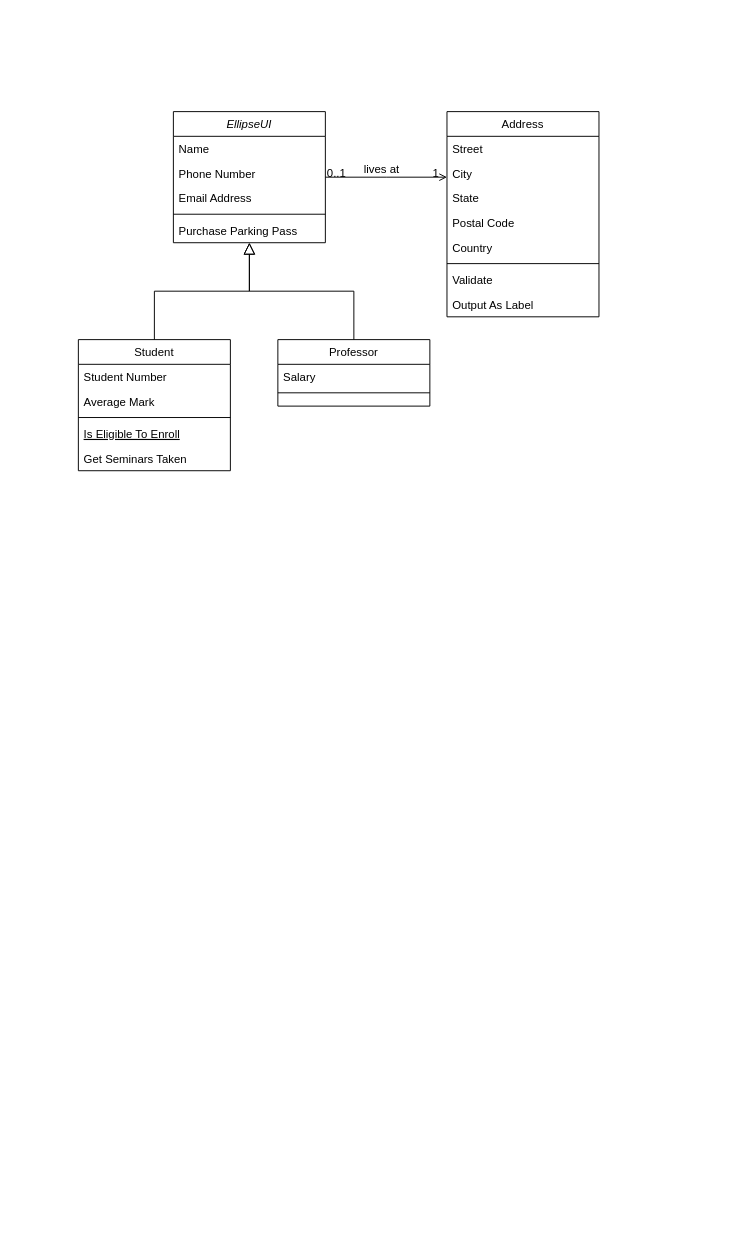
This is IGLOO_Diagram.drawio from shoutizix/DiagramIGLOO, a draw.io file, before an edit. Source tidied: cells renumbered, new cells numbered last; positions are measured from the earlier drawing's top-left corner, leaving out a move shared by most shapes. Both pictures are drawn from the tidied source at 95%, with x=0, y=0 at pixel (78, 111).
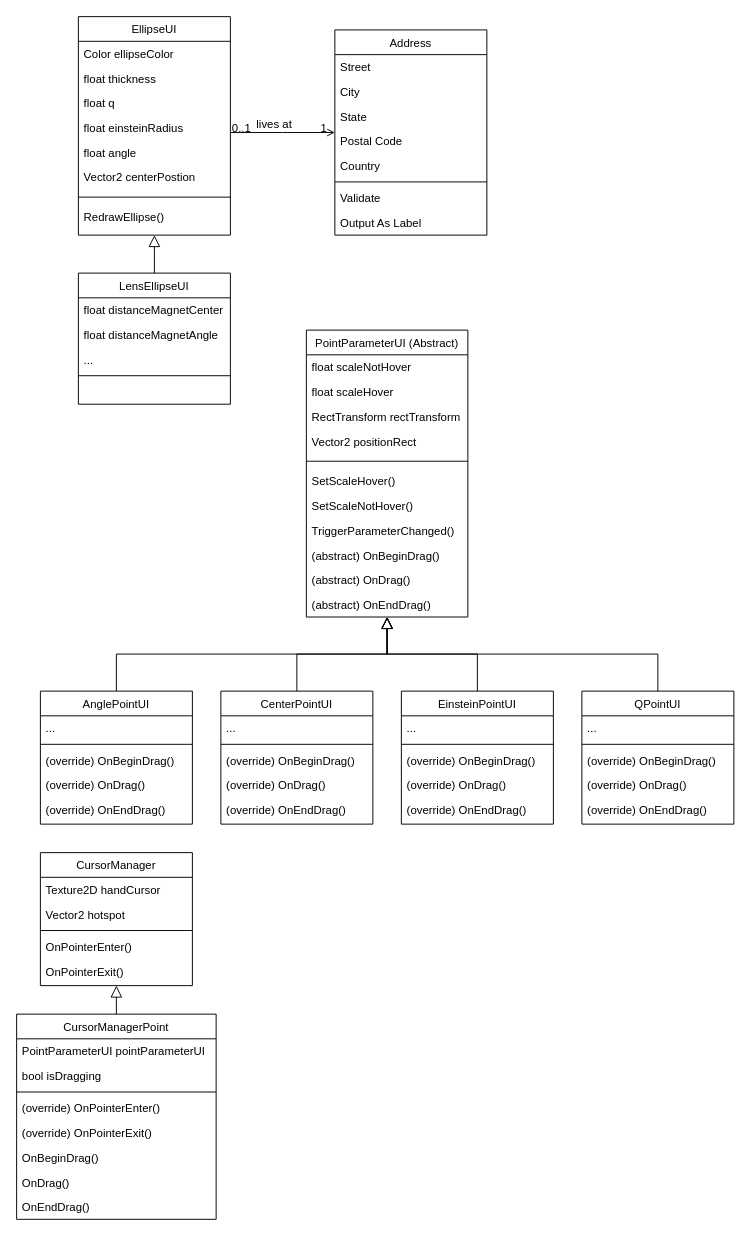
Above is the later version.

Commit message:
Mettre à jour IGLOO_Diagram.drawio

Change to the diagram source:
```diff
@@
-    <mxCell id="2" value="EllipseUI" style="swimlane;fontStyle=2;align=center;verticalAlign=top;horizontal=1;startSize=26;rounded=0;shadow=0;strokeWidth=1;" parent="1" vertex="1">
-      <mxGeometry x="100" width="160" height="138" as="geometry" />
+    <mxCell id="2" value="EllipseUI" style="swimlane;fontStyle=0;align=center;verticalAlign=top;horizontal=1;startSize=26;rounded=0;shadow=0;strokeWidth=1;" parent="1" vertex="1">
+      <mxGeometry y="-100" width="160" height="230" as="geometry" />
     </mxCell>
-    <mxCell id="3" value="Name" style="text;align=left;verticalAlign=top;spacingLeft=4;spacingRight=4;overflow=hidden;" parent="2" vertex="1">
+    <mxCell id="3" value="Color ellipseColor" style="text;align=left;verticalAlign=top;spacingLeft=4;spacingRight=4;overflow=hidden;" parent="2" vertex="1">
       <mxGeometry y="26" width="160" height="26" as="geometry" />
     </mxCell>
-    <mxCell id="4" value="Phone Number" style="text;align=left;verticalAlign=top;spacingLeft=4;spacingRight=4;overflow=hidden;rounded=0;shadow=0;html=0;" parent="2" vertex="1">
+    <mxCell id="4" value="float thickness" style="text;align=left;verticalAlign=top;spacingLeft=4;spacingRight=4;overflow=hidden;rounded=0;shadow=0;html=0;" parent="2" vertex="1">
       <mxGeometry y="52" width="160" height="26" as="geometry" />
     </mxCell>
-    <mxCell id="5" value="Email Address" style="text;align=left;verticalAlign=top;spacingLeft=4;spacingRight=4;overflow=hidden;rounded=0;shadow=0;html=0;" parent="2" vertex="1">
+    <mxCell id="5" value="float q" style="text;align=left;verticalAlign=top;spacingLeft=4;spacingRight=4;overflow=hidden;rounded=0;shadow=0;html=0;" parent="2" vertex="1">
       <mxGeometry y="78" width="160" height="26" as="geometry" />
     </mxCell>
+    <mxCell id="32" value="float einsteinRadius" style="text;align=left;verticalAlign=top;spacingLeft=4;spacingRight=4;overflow=hidden;rounded=0;shadow=0;html=0;" parent="2" vertex="1">
+      <mxGeometry y="104" width="160" height="26" as="geometry" />
+    </mxCell>
+    <mxCell id="33" value="float angle" style="text;align=left;verticalAlign=top;spacingLeft=4;spacingRight=4;overflow=hidden;rounded=0;shadow=0;html=0;" parent="2" vertex="1">
+      <mxGeometry y="130" width="160" height="26" as="geometry" />
+    </mxCell>
+    <mxCell id="34" value="Vector2 centerPostion" style="text;align=left;verticalAlign=top;spacingLeft=4;spacingRight=4;overflow=hidden;rounded=0;shadow=0;html=0;" parent="2" vertex="1">
+      <mxGeometry y="156" width="160" height="26" as="geometry" />
+    </mxCell>
     <mxCell id="6" style="line;html=1;strokeWidth=1;align=left;verticalAlign=middle;spacingTop=-1;spacingLeft=3;spacingRight=3;labelPosition=right;" parent="2" vertex="1">
-      <mxGeometry y="104" width="160" height="8" as="geometry" />
+      <mxGeometry y="182" width="160" height="16" as="geometry" />
     </mxCell>
-    <mxCell id="7" value="Purchase Parking Pass" style="text;align=left;verticalAlign=top;spacingLeft=4;spacingRight=4;overflow=hidden;" parent="2" vertex="1">
-      <mxGeometry y="112" width="160" height="26" as="geometry" />
+    <mxCell id="7" value="RedrawEllipse()" style="text;align=left;verticalAlign=top;spacingLeft=4;spacingRight=4;overflow=hidden;" parent="2" vertex="1">
+      <mxGeometry y="198" width="160" height="26" as="geometry" />
     </mxCell>
-    <mxCell id="8" value="Student" style="swimlane;fontStyle=0;align=center;verticalAlign=top;horizontal=1;startSize=26;rounded=0;shadow=0;strokeWidth=1;" parent="1" vertex="1">
-      <mxGeometry y="240" width="160" height="138" as="geometry" />
+    <mxCell id="8" value="LensEllipseUI" style="swimlane;fontStyle=0;align=center;verticalAlign=top;horizontal=1;startSize=26;rounded=0;shadow=0;strokeWidth=1;" parent="1" vertex="1">
+      <mxGeometry y="170" width="160" height="138" as="geometry" />
     </mxCell>
-    <mxCell id="9" value="Student Number" style="text;align=left;verticalAlign=top;spacingLeft=4;spacingRight=4;overflow=hidden;" parent="8" vertex="1">
+    <mxCell id="9" value="float distanceMagnetCenter" style="text;align=left;verticalAlign=top;spacingLeft=4;spacingRight=4;overflow=hidden;" parent="8" vertex="1">
       <mxGeometry y="26" width="160" height="26" as="geometry" />
     </mxCell>
-    <mxCell id="10" value="Average Mark" style="text;align=left;verticalAlign=top;spacingLeft=4;spacingRight=4;overflow=hidden;rounded=0;shadow=0;html=0;" parent="8" vertex="1">
-      <mxGeometry y="52" width="160" height="26" as="geometry" />
-    </mxCell>
+    <mxCell id="35" value="float distanceMagnetAngle" style="text;align=left;verticalAlign=top;spacingLeft=4;spacingRight=4;overflow=hidden;" parent="8" vertex="1">
+      <mxGeometry y="52" width="160" height="26" as="geometry" />
+    </mxCell>
+    <mxCell id="36" value="..." style="text;align=left;verticalAlign=top;spacingLeft=4;spacingRight=4;overflow=hidden;" parent="8" vertex="1">
+      <mxGeometry y="78" width="160" height="26" as="geometry" />
+    </mxCell>
     <mxCell id="11" style="line;html=1;strokeWidth=1;align=left;verticalAlign=middle;spacingTop=-1;spacingLeft=3;spacingRight=3;labelPosition=right;" parent="8" vertex="1">
-      <mxGeometry y="78" width="160" height="8" as="geometry" />
+      <mxGeometry y="104" width="160" height="8" as="geometry" />
     </mxCell>
-    <mxCell id="12" value="Is Eligible To Enroll" style="text;align=left;verticalAlign=top;spacingLeft=4;spacingRight=4;overflow=hidden;fontStyle=4;" parent="8" vertex="1">
-      <mxGeometry y="86" width="160" height="26" as="geometry" />
-    </mxCell>
-    <mxCell id="13" value="Get Seminars Taken" style="text;align=left;verticalAlign=top;spacingLeft=4;spacingRight=4;overflow=hidden;" parent="8" vertex="1">
-      <mxGeometry y="112" width="160" height="26" as="geometry" />
-    </mxCell>
@@
-    <mxCell id="15" value="Professor" style="swimlane;fontStyle=0;align=center;verticalAlign=top;horizontal=1;startSize=26;rounded=0;shadow=0;strokeWidth=1;" parent="1" vertex="1">
-      <mxGeometry x="210" y="240" width="160" height="70" as="geometry" />
-    </mxCell>
-    <mxCell id="16" value="Salary" style="text;align=left;verticalAlign=top;spacingLeft=4;spacingRight=4;overflow=hidden;" parent="15" vertex="1">
-      <mxGeometry y="26" width="160" height="26" as="geometry" />
-    </mxCell>
-    <mxCell id="17" style="line;html=1;strokeWidth=1;align=left;verticalAlign=middle;spacingTop=-1;spacingLeft=3;spacingRight=3;labelPosition=right;" parent="15" vertex="1">
-      <mxGeometry y="52" width="160" height="8" as="geometry" />
-    </mxCell>
-    <mxCell id="18" style="endArrow=block;endSize=10;endFill=0;shadow=0;strokeWidth=1;rounded=0;edgeStyle=elbowEdgeStyle;elbow=vertical;" parent="1" edge="1" source="15" target="2">
-      <mxGeometry relative="1" as="geometry" />
-    </mxCell>
     <mxCell id="19" value="Address" style="swimlane;fontStyle=0;align=center;verticalAlign=top;horizontal=1;startSize=26;rounded=0;shadow=0;strokeWidth=1;" parent="1" vertex="1">
-      <mxGeometry x="388" width="160" height="216" as="geometry" />
+      <mxGeometry x="270" y="-86" width="160" height="216" as="geometry" />
     </mxCell>
@@
+    <mxCell id="37" value="PointParameterUI (Abstract)" style="swimlane;fontStyle=0;align=center;verticalAlign=top;horizontal=1;startSize=26;rounded=0;shadow=0;strokeWidth=1;" parent="1" vertex="1">
+      <mxGeometry x="240" y="230" width="170" height="302" as="geometry" />
+    </mxCell>
+    <mxCell id="38" value="float scaleNotHover" style="text;align=left;verticalAlign=top;spacingLeft=4;spacingRight=4;overflow=hidden;" parent="37" vertex="1">
+      <mxGeometry y="26" width="170" height="26" as="geometry" />
+    </mxCell>
+    <mxCell id="39" value="float scaleHover" style="text;align=left;verticalAlign=top;spacingLeft=4;spacingRight=4;overflow=hidden;rounded=0;shadow=0;html=0;" parent="37" vertex="1">
+      <mxGeometry y="52" width="170" height="26" as="geometry" />
+    </mxCell>
+    <mxCell id="40" value="RectTransform rectTransform" style="text;align=left;verticalAlign=top;spacingLeft=4;spacingRight=4;overflow=hidden;rounded=0;shadow=0;html=0;" parent="37" vertex="1">
+      <mxGeometry y="78" width="170" height="26" as="geometry" />
+    </mxCell>
+    <mxCell id="41" value="Vector2 positionRect" style="text;align=left;verticalAlign=top;spacingLeft=4;spacingRight=4;overflow=hidden;rounded=0;shadow=0;html=0;" parent="37" vertex="1">
+      <mxGeometry y="104" width="170" height="26" as="geometry" />
+    </mxCell>
+    <mxCell id="42" style="line;html=1;strokeWidth=1;align=left;verticalAlign=middle;spacingTop=-1;spacingLeft=3;spacingRight=3;labelPosition=right;" parent="37" vertex="1">
+      <mxGeometry y="130" width="170" height="16" as="geometry" />
+    </mxCell>
+    <mxCell id="43" value="SetScaleHover()" style="text;align=left;verticalAlign=top;spacingLeft=4;spacingRight=4;overflow=hidden;" parent="37" vertex="1">
+      <mxGeometry y="146" width="170" height="26" as="geometry" />
+    </mxCell>
+    <mxCell id="44" value="SetScaleNotHover()" style="text;align=left;verticalAlign=top;spacingLeft=4;spacingRight=4;overflow=hidden;" parent="37" vertex="1">
+      <mxGeometry y="172" width="170" height="26" as="geometry" />
+    </mxCell>
+    <mxCell id="45" value="TriggerParameterChanged()" style="text;align=left;verticalAlign=top;spacingLeft=4;spacingRight=4;overflow=hidden;" parent="37" vertex="1">
+      <mxGeometry y="198" width="170" height="26" as="geometry" />
+    </mxCell>
+    <mxCell id="46" value="(abstract) OnBeginDrag()" style="text;align=left;verticalAlign=top;spacingLeft=4;spacingRight=4;overflow=hidden;fontStyle=0;" parent="37" vertex="1">
+      <mxGeometry y="224" width="170" height="26" as="geometry" />
+    </mxCell>
+    <mxCell id="47" value="(abstract) OnDrag()" style="text;align=left;verticalAlign=top;spacingLeft=4;spacingRight=4;overflow=hidden;" parent="37" vertex="1">
+      <mxGeometry y="250" width="170" height="26" as="geometry" />
+    </mxCell>
+    <mxCell id="48" value="(abstract) OnEndDrag()" style="text;align=left;verticalAlign=top;spacingLeft=4;spacingRight=4;overflow=hidden;" parent="37" vertex="1">
+      <mxGeometry y="276" width="170" height="26" as="geometry" />
+    </mxCell>
+    <mxCell id="49" style="edgeStyle=elbowEdgeStyle;rounded=0;jettySize=auto;html=1;endArrow=block;endFill=0;elbow=vertical;endSize=10;" parent="1" edge="1" source="50" target="37">
+      <mxGeometry relative="1" as="geometry" />
+    </mxCell>
+    <mxCell id="50" value="AnglePointUI" style="swimlane;fontStyle=0;align=center;verticalAlign=top;horizontal=1;startSize=26;rounded=0;shadow=0;strokeWidth=1;" parent="1" vertex="1">
+      <mxGeometry x="-40" y="610" width="160" height="140" as="geometry" />
+    </mxCell>
+    <mxCell id="51" value="..." style="text;align=left;verticalAlign=top;spacingLeft=4;spacingRight=4;overflow=hidden;" parent="50" vertex="1">
+      <mxGeometry y="26" width="160" height="26" as="geometry" />
+    </mxCell>
+    <mxCell id="52" style="line;html=1;strokeWidth=1;align=left;verticalAlign=middle;spacingTop=-1;spacingLeft=3;spacingRight=3;labelPosition=right;" parent="50" vertex="1">
+      <mxGeometry y="52" width="160" height="8" as="geometry" />
+    </mxCell>
+    <mxCell id="53" value="(override) OnBeginDrag()" style="text;align=left;verticalAlign=top;spacingLeft=4;spacingRight=4;overflow=hidden;" parent="50" vertex="1">
+      <mxGeometry y="60" width="160" height="26" as="geometry" />
+    </mxCell>
+    <mxCell id="54" value="(override) OnDrag()" style="text;align=left;verticalAlign=top;spacingLeft=4;spacingRight=4;overflow=hidden;" parent="50" vertex="1">
+      <mxGeometry y="86" width="160" height="26" as="geometry" />
+    </mxCell>
+    <mxCell id="55" value="(override) OnEndDrag()" style="text;align=left;verticalAlign=top;spacingLeft=4;spacingRight=4;overflow=hidden;" parent="50" vertex="1">
+      <mxGeometry y="112" width="160" height="26" as="geometry" />
+    </mxCell>
+    <mxCell id="56" value="CenterPointUI" style="swimlane;fontStyle=0;align=center;verticalAlign=top;horizontal=1;startSize=26;rounded=0;shadow=0;strokeWidth=1;" parent="1" vertex="1">
+      <mxGeometry x="150" y="610" width="160" height="140" as="geometry" />
+    </mxCell>
+    <mxCell id="57" value="..." style="text;align=left;verticalAlign=top;spacingLeft=4;spacingRight=4;overflow=hidden;" parent="56" vertex="1">
+      <mxGeometry y="26" width="160" height="26" as="geometry" />
+    </mxCell>
+    <mxCell id="58" style="line;html=1;strokeWidth=1;align=left;verticalAlign=middle;spacingTop=-1;spacingLeft=3;spacingRight=3;labelPosition=right;" parent="56" vertex="1">
+      <mxGeometry y="52" width="160" height="8" as="geometry" />
+    </mxCell>
+    <mxCell id="59" value="(override) OnBeginDrag()" style="text;align=left;verticalAlign=top;spacingLeft=4;spacingRight=4;overflow=hidden;" parent="56" vertex="1">
+      <mxGeometry y="60" width="160" height="26" as="geometry" />
+    </mxCell>
+    <mxCell id="60" value="(override) OnDrag()" style="text;align=left;verticalAlign=top;spacingLeft=4;spacingRight=4;overflow=hidden;" parent="56" vertex="1">
+      <mxGeometry y="86" width="160" height="26" as="geometry" />
+    </mxCell>
+    <mxCell id="61" value="(override) OnEndDrag()" style="text;align=left;verticalAlign=top;spacingLeft=4;spacingRight=4;overflow=hidden;" parent="56" vertex="1">
+      <mxGeometry y="112" width="160" height="26" as="geometry" />
+    </mxCell>
+    <mxCell id="62" value="EinsteinPointUI" style="swimlane;fontStyle=0;align=center;verticalAlign=top;horizontal=1;startSize=26;rounded=0;shadow=0;strokeWidth=1;" parent="1" vertex="1">
+      <mxGeometry x="340" y="610" width="160" height="140" as="geometry" />
+    </mxCell>
+    <mxCell id="63" value="..." style="text;align=left;verticalAlign=top;spacingLeft=4;spacingRight=4;overflow=hidden;" parent="62" vertex="1">
+      <mxGeometry y="26" width="160" height="26" as="geometry" />
+    </mxCell>
+    <mxCell id="64" style="line;html=1;strokeWidth=1;align=left;verticalAlign=middle;spacingTop=-1;spacingLeft=3;spacingRight=3;labelPosition=right;" parent="62" vertex="1">
+      <mxGeometry y="52" width="160" height="8" as="geometry" />
+    </mxCell>
+    <mxCell id="65" value="(override) OnBeginDrag()" style="text;align=left;verticalAlign=top;spacingLeft=4;spacingRight=4;overflow=hidden;" parent="62" vertex="1">
+      <mxGeometry y="60" width="160" height="26" as="geometry" />
+    </mxCell>
+    <mxCell id="66" value="(override) OnDrag()" style="text;align=left;verticalAlign=top;spacingLeft=4;spacingRight=4;overflow=hidden;" parent="62" vertex="1">
+      <mxGeometry y="86" width="160" height="26" as="geometry" />
+    </mxCell>
+    <mxCell id="67" value="(override) OnEndDrag()" style="text;align=left;verticalAlign=top;spacingLeft=4;spacingRight=4;overflow=hidden;" parent="62" vertex="1">
+      <mxGeometry y="112" width="160" height="26" as="geometry" />
+    </mxCell>
+    <mxCell id="68" style="edgeStyle=elbowEdgeStyle;rounded=0;jettySize=auto;html=1;endArrow=block;endFill=0;elbow=vertical;endSize=10;exitX=0.5;exitY=0;exitDx=0;exitDy=0;" parent="1" edge="1" source="56" target="37">
+      <mxGeometry relative="1" as="geometry" />
+    </mxCell>
+    <mxCell id="69" style="edgeStyle=elbowEdgeStyle;rounded=0;jettySize=auto;html=1;endArrow=block;endFill=0;elbow=vertical;endSize=10;exitX=0.5;exitY=0;exitDx=0;exitDy=0;" parent="1" edge="1" source="62" target="37">
+      <mxGeometry relative="1" as="geometry" />
+    </mxCell>
+    <mxCell id="70" value="QPointUI" style="swimlane;fontStyle=0;align=center;verticalAlign=top;horizontal=1;startSize=26;rounded=0;shadow=0;strokeWidth=1;" parent="1" vertex="1">
+      <mxGeometry x="530" y="610" width="160" height="140" as="geometry" />
+    </mxCell>
+    <mxCell id="71" value="..." style="text;align=left;verticalAlign=top;spacingLeft=4;spacingRight=4;overflow=hidden;" parent="70" vertex="1">
+      <mxGeometry y="26" width="160" height="26" as="geometry" />
+    </mxCell>
+    <mxCell id="72" style="line;html=1;strokeWidth=1;align=left;verticalAlign=middle;spacingTop=-1;spacingLeft=3;spacingRight=3;labelPosition=right;" parent="70" vertex="1">
+      <mxGeometry y="52" width="160" height="8" as="geometry" />
+    </mxCell>
+    <mxCell id="73" value="(override) OnBeginDrag()" style="text;align=left;verticalAlign=top;spacingLeft=4;spacingRight=4;overflow=hidden;" parent="70" vertex="1">
+      <mxGeometry y="60" width="160" height="26" as="geometry" />
+    </mxCell>
+    <mxCell id="74" value="(override) OnDrag()" style="text;align=left;verticalAlign=top;spacingLeft=4;spacingRight=4;overflow=hidden;" parent="70" vertex="1">
+      <mxGeometry y="86" width="160" height="26" as="geometry" />
+    </mxCell>
+    <mxCell id="75" value="(override) OnEndDrag()" style="text;align=left;verticalAlign=top;spacingLeft=4;spacingRight=4;overflow=hidden;" parent="70" vertex="1">
+      <mxGeometry y="112" width="160" height="26" as="geometry" />
+    </mxCell>
+    <mxCell id="76" style="edgeStyle=elbowEdgeStyle;rounded=0;jettySize=auto;html=1;endArrow=block;endFill=0;elbow=vertical;endSize=10;exitX=0.5;exitY=0;exitDx=0;exitDy=0;" parent="1" edge="1" source="70" target="37">
+      <mxGeometry relative="1" as="geometry" />
+    </mxCell>
+    <mxCell id="77" value="CursorManager" style="swimlane;fontStyle=0;align=center;verticalAlign=top;horizontal=1;startSize=26;rounded=0;shadow=0;strokeWidth=1;" parent="1" vertex="1">
+      <mxGeometry x="-40" y="780" width="160" height="140" as="geometry" />
+    </mxCell>
+    <mxCell id="78" value="Texture2D handCursor" style="text;align=left;verticalAlign=top;spacingLeft=4;spacingRight=4;overflow=hidden;" parent="77" vertex="1">
+      <mxGeometry y="26" width="160" height="26" as="geometry" />
+    </mxCell>
+    <mxCell id="79" value="Vector2 hotspot" style="text;align=left;verticalAlign=top;spacingLeft=4;spacingRight=4;overflow=hidden;" parent="77" vertex="1">
+      <mxGeometry y="52" width="160" height="26" as="geometry" />
+    </mxCell>
+    <mxCell id="80" style="line;html=1;strokeWidth=1;align=left;verticalAlign=middle;spacingTop=-1;spacingLeft=3;spacingRight=3;labelPosition=right;" parent="77" vertex="1">
+      <mxGeometry y="78" width="160" height="8" as="geometry" />
+    </mxCell>
+    <mxCell id="81" value="OnPointerEnter()" style="text;align=left;verticalAlign=top;spacingLeft=4;spacingRight=4;overflow=hidden;" parent="77" vertex="1">
+      <mxGeometry y="86" width="160" height="26" as="geometry" />
+    </mxCell>
+    <mxCell id="82" value="OnPointerExit()" style="text;align=left;verticalAlign=top;spacingLeft=4;spacingRight=4;overflow=hidden;" parent="77" vertex="1">
+      <mxGeometry y="112" width="160" height="26" as="geometry" />
+    </mxCell>
+    <mxCell id="83" value="CursorManagerPoint" style="swimlane;fontStyle=0;align=center;verticalAlign=top;horizontal=1;startSize=26;rounded=0;shadow=0;strokeWidth=1;" parent="1" vertex="1">
+      <mxGeometry x="-65" y="950" width="210" height="216" as="geometry" />
+    </mxCell>
+    <mxCell id="84" value="PointParameterUI pointParameterUI" style="text;align=left;verticalAlign=top;spacingLeft=4;spacingRight=4;overflow=hidden;" parent="83" vertex="1">
+      <mxGeometry y="26" width="210" height="26" as="geometry" />
+    </mxCell>
+    <mxCell id="85" value="bool isDragging" style="text;align=left;verticalAlign=top;spacingLeft=4;spacingRight=4;overflow=hidden;" parent="83" vertex="1">
+      <mxGeometry y="52" width="210" height="26" as="geometry" />
+    </mxCell>
+    <mxCell id="86" style="line;html=1;strokeWidth=1;align=left;verticalAlign=middle;spacingTop=-1;spacingLeft=3;spacingRight=3;labelPosition=right;" parent="83" vertex="1">
+      <mxGeometry y="78" width="210" height="8" as="geometry" />
+    </mxCell>
+    <mxCell id="87" value="(override) OnPointerEnter()" style="text;align=left;verticalAlign=top;spacingLeft=4;spacingRight=4;overflow=hidden;" parent="83" vertex="1">
+      <mxGeometry y="86" width="210" height="26" as="geometry" />
+    </mxCell>
+    <mxCell id="88" value="(override) OnPointerExit()" style="text;align=left;verticalAlign=top;spacingLeft=4;spacingRight=4;overflow=hidden;" parent="83" vertex="1">
+      <mxGeometry y="112" width="210" height="26" as="geometry" />
+    </mxCell>
+    <mxCell id="89" value="OnBeginDrag()" style="text;align=left;verticalAlign=top;spacingLeft=4;spacingRight=4;overflow=hidden;" parent="83" vertex="1">
+      <mxGeometry y="138" width="210" height="26" as="geometry" />
+    </mxCell>
+    <mxCell id="90" value="OnDrag()" style="text;align=left;verticalAlign=top;spacingLeft=4;spacingRight=4;overflow=hidden;" parent="83" vertex="1">
+      <mxGeometry y="164" width="210" height="26" as="geometry" />
+    </mxCell>
+    <mxCell id="91" value="OnEndDrag()" style="text;align=left;verticalAlign=top;spacingLeft=4;spacingRight=4;overflow=hidden;" parent="83" vertex="1">
+      <mxGeometry y="190" width="210" height="26" as="geometry" />
+    </mxCell>
+    <mxCell id="92" style="edgeStyle=elbowEdgeStyle;rounded=0;jettySize=auto;html=1;endArrow=block;endFill=0;elbow=vertical;endSize=10;exitX=0.5;exitY=0;exitDx=0;exitDy=0;" parent="1" edge="1" source="83" target="77">
+      <mxGeometry relative="1" as="geometry" />
+    </mxCell>
```
